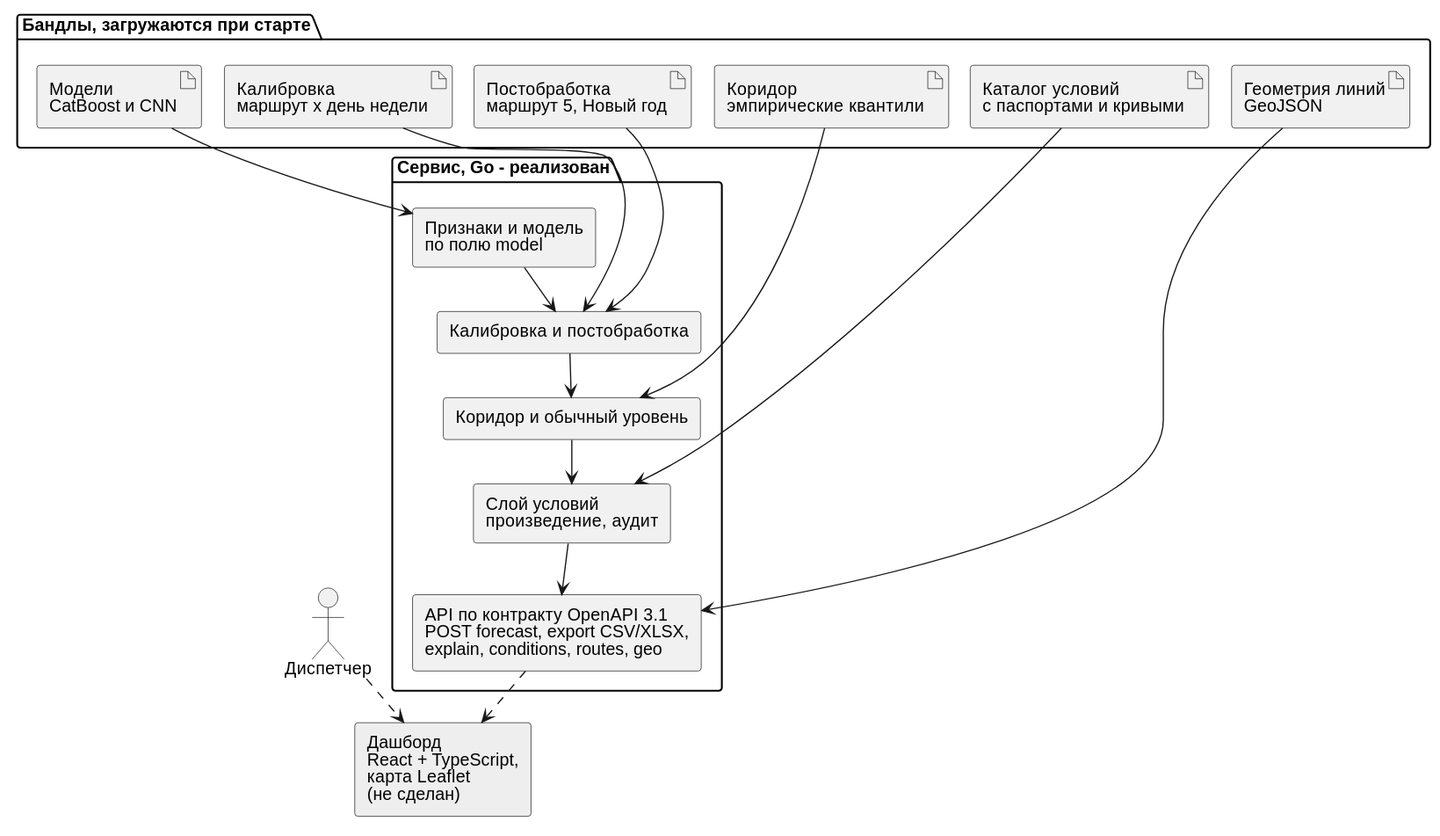
Before: final/docs/img/diagram-target-architecture.svg, a diagram exported from PlantUML (George573/trans_predicting).
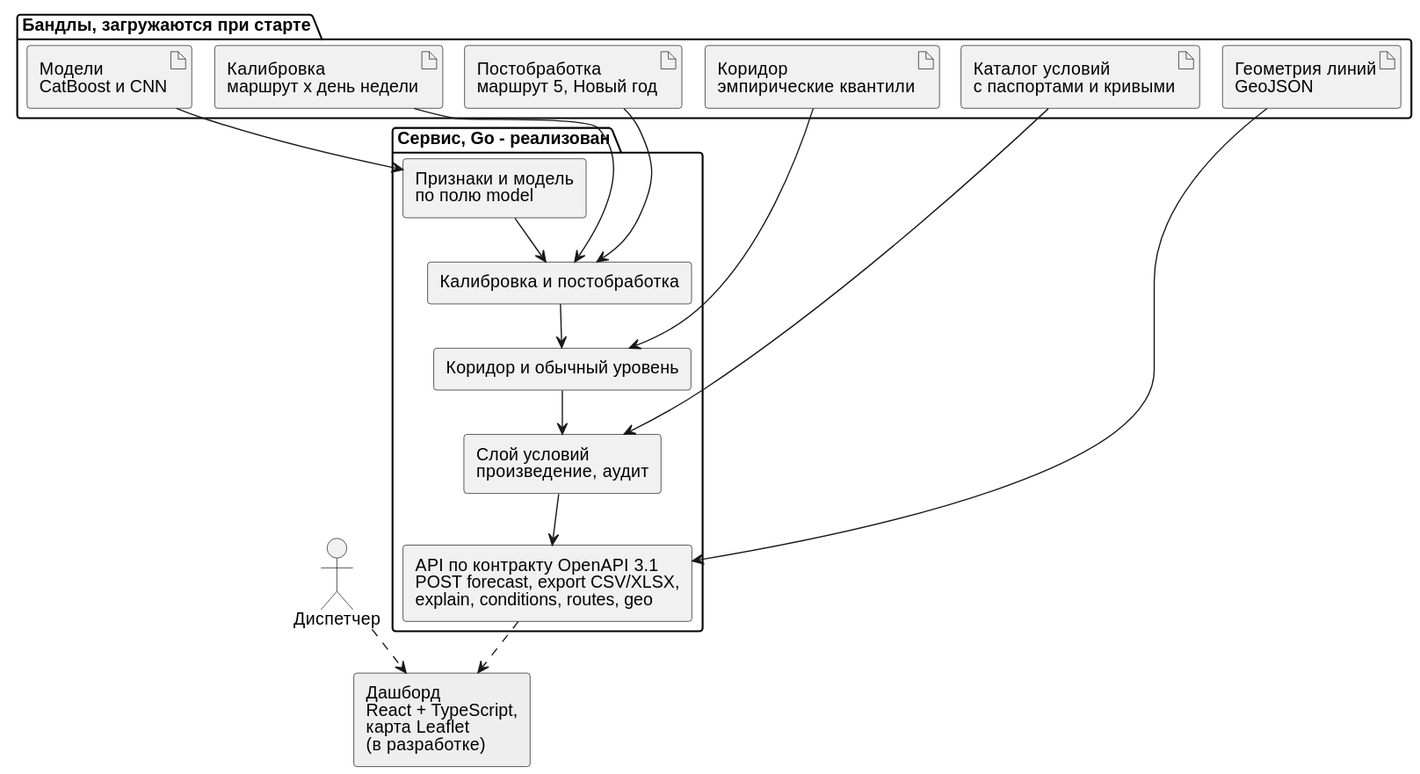
After the commit.

Change to the diagram source:
```diff
@@ -19,7 +19,7 @@
   [Слой условий\nпроизведение, аудит] as layer
   [API по контракту OpenAPI 3.1\nPOST forecast, export CSV/XLSX,\nexplain, conditions, routes, geo] as api
 }
-[Дашборд\nReact + TypeScript,\nкарта Leaflet\n(не сделан)] as ui #EEEEEE
+[Дашборд\nReact + TypeScript,\nкарта Leaflet\n(в разработке)] as ui #EEEEEE
 m --> model
 cal --> post
 pp --> post
```
